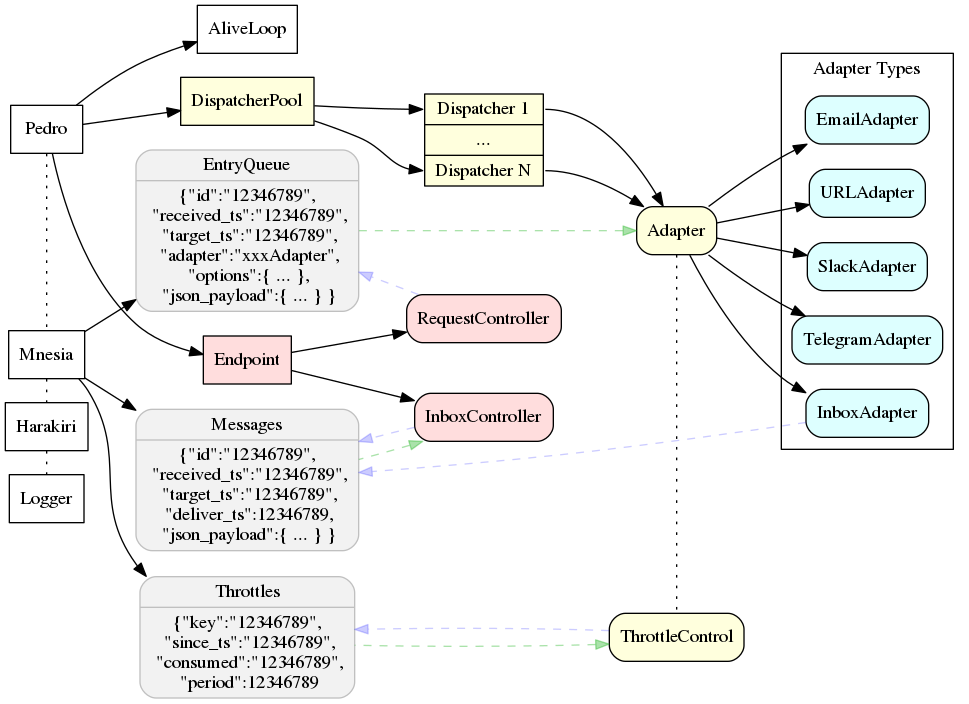
This is doc/plan.dot.png from rubencaro/pedro, a Graphviz export, as it was before one commit. Its source is kept beside it as doc/plan.dot.
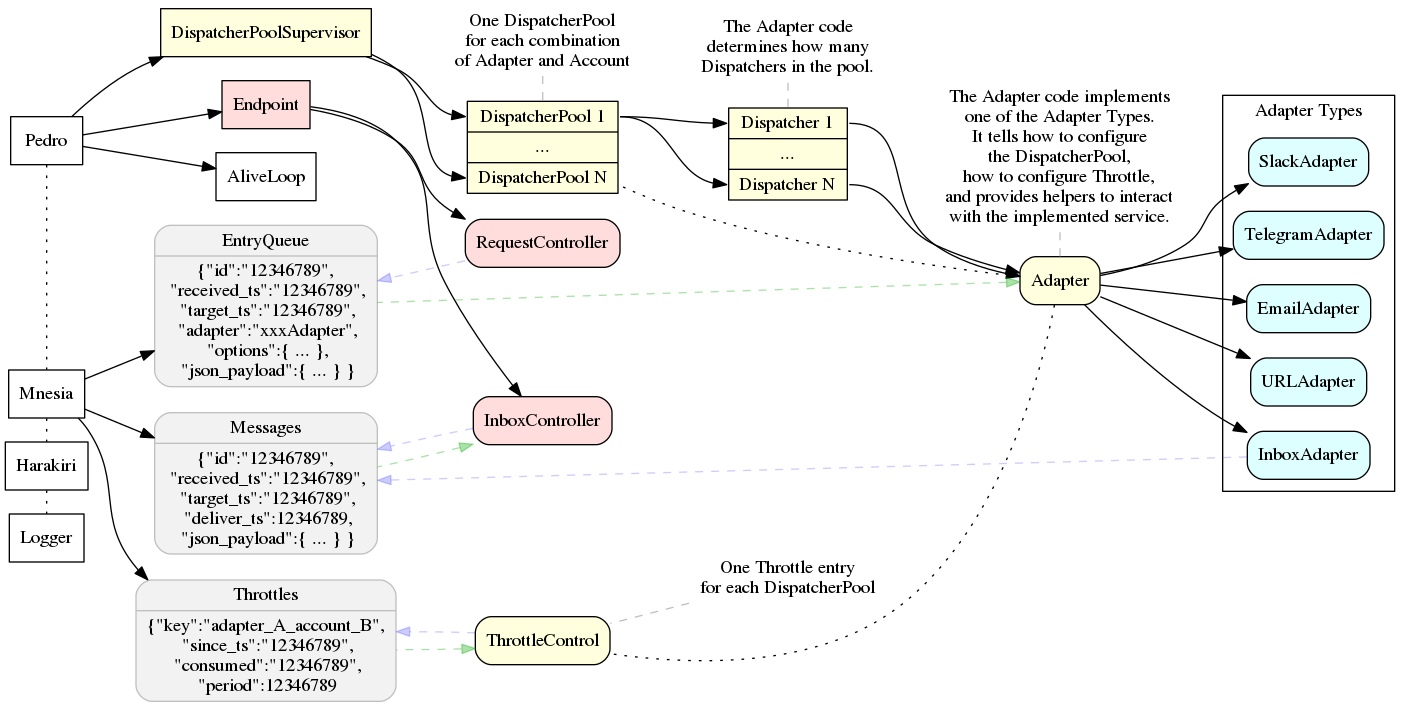
After the change.

Commit message:
Improve plan

Change to the diagram source:
```diff
@@ -19,9 +19,13 @@
   # dispatch
   subgraph dispatch{
     node [style=filled,fillcolor="#ffff0022"];
-    DispatcherPool;
+    DispatcherPoolSupervisor -> DispatcherPool:1, DispatcherPool:n;
+
+    DispatcherPool [shape=record,label="<1>DispatcherPool 1|...|<n>DispatcherPool N"];
     Dispatcher [shape=record,label="<1>Dispatcher 1|...|<n>Dispatcher N"];
-    DispatcherPool -> Dispatcher:1, Dispatcher:n;
+
+    DispatcherPool:1 -> Dispatcher:1, Dispatcher:n;
+
     {
       node [shape=Mrecord];
       ThrottleControl;
@@ -34,7 +38,7 @@
       }
       Adapter -> SlackAdapter, TelegramAdapter, EmailAdapter, URLAdapter, InboxAdapter;
     }
-    {rank="same"; Adapter -> ThrottleControl [dir=none,style=dotted];}
+    Adapter -> ThrottleControl, DispatcherPool [dir=none,style=dotted];
   }
 
   # db
@@ -57,7 +61,7 @@
   }
   { node [color=gray,fillcolor=gray95,style=filled];
     Throttles [shape=Mrecord, label="Throttles |
-    \{\"key\":\"12346789\",\n
+    \{\"key\":\"adapter_A_account_B\",\n
     \"since_ts\":\"12346789\",\n
     \"consumed\":\"12346789\",\n
     \"period\":12346789"];
@@ -77,10 +81,31 @@
     InboxController, InboxAdapter -> Messages;
   }
 
-  {rank=same; DispatcherPool, Endpoint, AliveLoop, EntryQueue, Throttles, Messages;}
+  # Notes
+  {
+    node [shape=none];
+    edge [dir=none,style=dashed,color=gray];
+
+    Note1 [label="One DispatcherPool\nfor each combination\nof Adapter and Account"];
+    {rank=same; Note1 -> DispatcherPool;}
+
+    Note2 [label="One Throttle entry\nfor each DispatcherPool"];
+    Note2 -> ThrottleControl;
+    {rank=same; Note2, Dispatcher;}
+
+    Note3 [label="The Adapter code\ndetermines how many\nDispatchers in the pool."];
+    {rank=same; Note3 -> Dispatcher;}
+
+    Note4 [label="The Adapter code implements\none of the Adapter Types.\nIt tells how to configure\nthe DispatcherPool,\nhow to configure Throttle,\nand provides helpers to interact\nwith the implemented service."];
+    {rank=same; Note4 -> Adapter;}
+  }
+
+  {rank=same; DispatcherPoolSupervisor, Endpoint, AliveLoop, EntryQueue, Throttles, Messages;}
 
   {rank=same; Pedro -> Mnesia -> Harakiri -> Logger [dir=none,style=dotted];}
 
-  Pedro -> AliveLoop, Endpoint, DispatcherPool;
+  {rank=same; ThrottleControl, DispatcherPool;}
+
+  Pedro -> AliveLoop, Endpoint, DispatcherPoolSupervisor;
   Mnesia -> EntryQueue, Throttles, Messages;
 }
```
